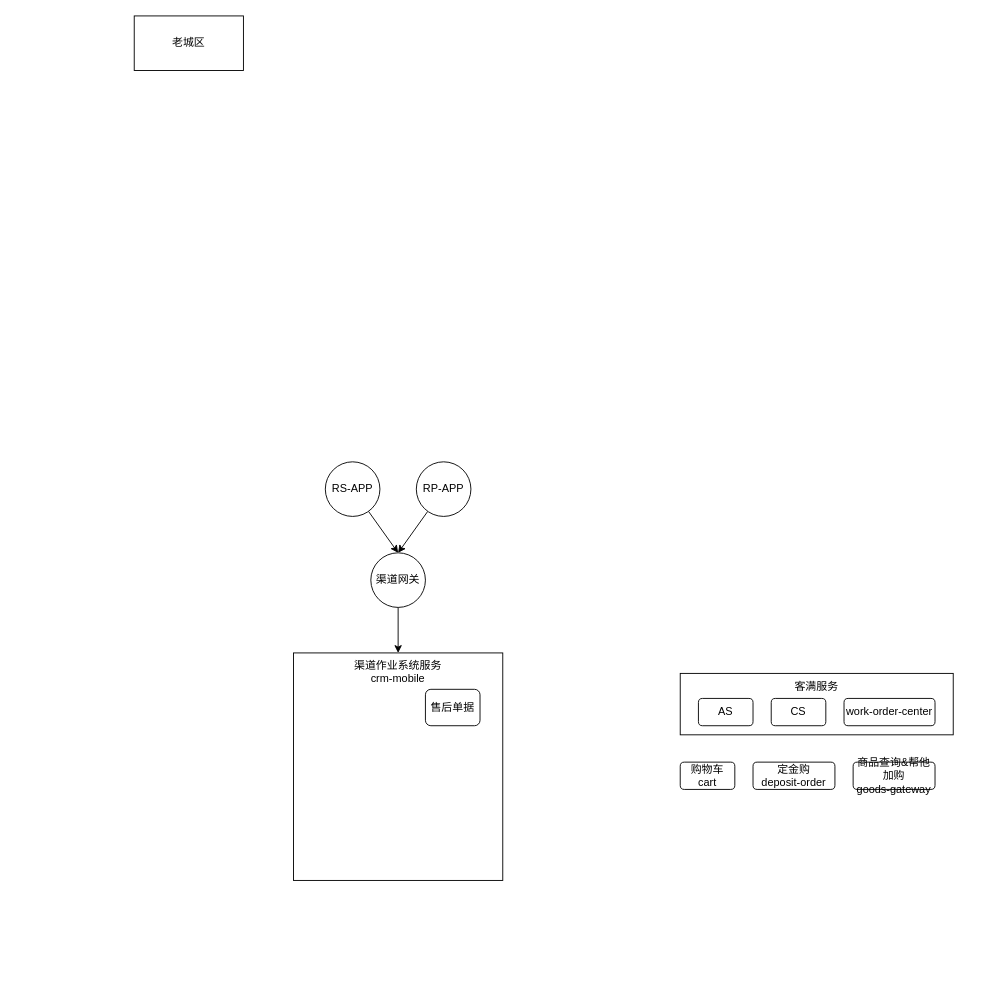
Earlier version of the draw.io diagram RS&RP服务关系图.drawio (shixiaoding/draw). Source tidied: cells renumbered, new cells numbered last; positions are measured from the earlier drawing's top-left corner, leaving out a move shared by most shapes. Both pictures are drawn from the tidied source at 91%, with x=0, y=0 at pixel (134, 15).
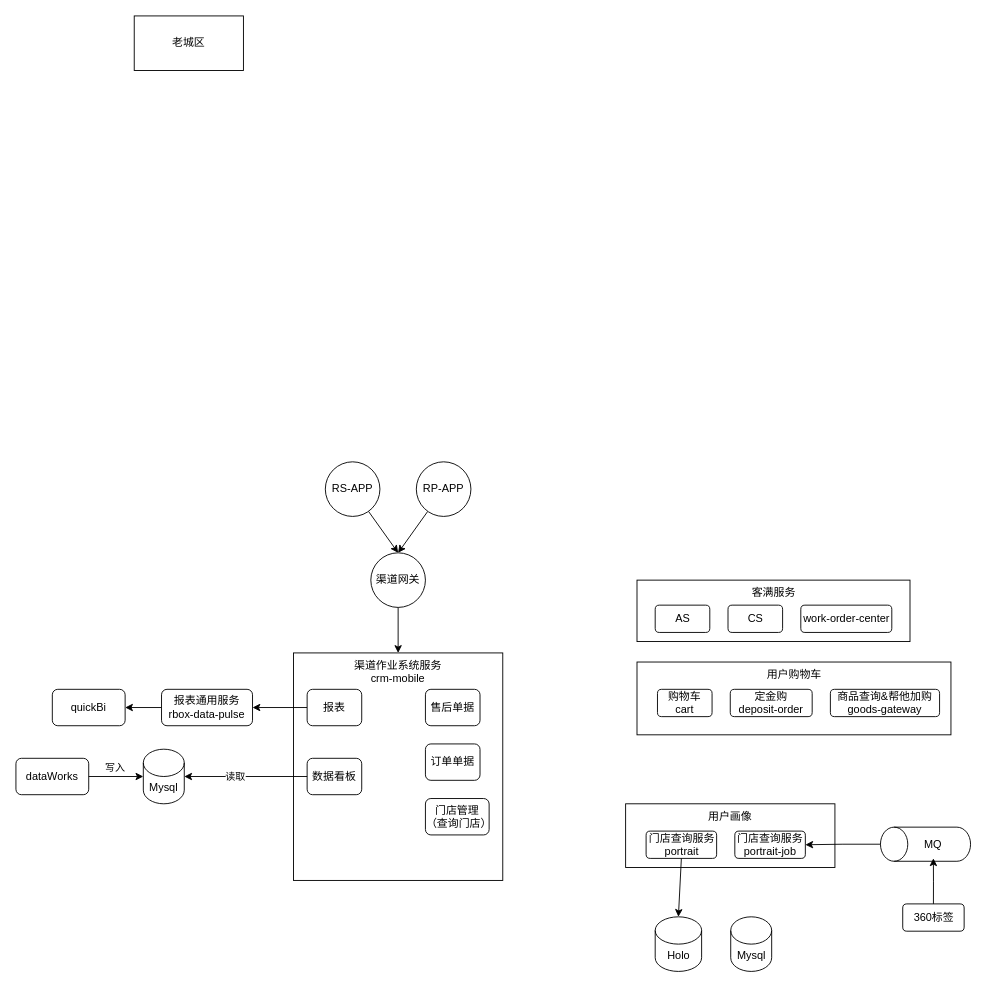
The same page after the edit.

Commit message (it also covers changes not shown here):
更新RS&RP服务关系图.drawio

What changed in the source:
```diff
@@
+    <mxCell id="18" value="用户购物车" style="rounded=0;whiteSpace=wrap;html=1;verticalAlign=top;" parent="1" vertex="1">
+      <mxGeometry x="552.5" y="710" width="345" height="80" as="geometry" />
+    </mxCell>
@@
     <mxCell id="11" value="客满服务&lt;div&gt;&lt;br&gt;&lt;/div&gt;" style="rounded=0;whiteSpace=wrap;html=1;verticalAlign=top;" parent="1" vertex="1">
-      <mxGeometry x="600" y="722.5" width="300" height="67.5" as="geometry" />
+      <mxGeometry x="552.5" y="620" width="300" height="67.5" as="geometry" />
     </mxCell>
     <mxCell id="12" value="AS" style="rounded=1;whiteSpace=wrap;html=1;" parent="1" vertex="1">
-      <mxGeometry x="620" y="750" width="60" height="30" as="geometry" />
+      <mxGeometry x="572.5" y="647.5" width="60" height="30" as="geometry" />
     </mxCell>
     <mxCell id="13" value="CS" style="rounded=1;whiteSpace=wrap;html=1;" parent="1" vertex="1">
-      <mxGeometry x="700" y="750" width="60" height="30" as="geometry" />
+      <mxGeometry x="652.5" y="647.5" width="60" height="30" as="geometry" />
     </mxCell>
     <mxCell id="14" value="work-order-center" style="rounded=1;whiteSpace=wrap;html=1;" parent="1" vertex="1">
-      <mxGeometry x="780" y="750" width="100" height="30" as="geometry" />
+      <mxGeometry x="732.5" y="647.5" width="100" height="30" as="geometry" />
     </mxCell>
     <mxCell id="15" value="购物车&lt;br&gt;cart" style="rounded=1;whiteSpace=wrap;html=1;" parent="1" vertex="1">
-      <mxGeometry x="600" y="820" width="60" height="30" as="geometry" />
+      <mxGeometry x="575" y="740" width="60" height="30" as="geometry" />
     </mxCell>
     <mxCell id="16" value="定金购&lt;br&gt;deposit-order" style="rounded=1;whiteSpace=wrap;html=1;" parent="1" vertex="1">
-      <mxGeometry x="680" y="820" width="90" height="30" as="geometry" />
+      <mxGeometry x="655" y="740" width="90" height="30" as="geometry" />
     </mxCell>
     <mxCell id="17" value="商品查询&amp;amp;帮他加购&lt;br&gt;goods-gateway" style="rounded=1;whiteSpace=wrap;html=1;" parent="1" vertex="1">
-      <mxGeometry x="790" y="820" width="90" height="30" as="geometry" />
+      <mxGeometry x="765" y="740" width="120" height="30" as="geometry" />
     </mxCell>
+    <mxCell id="19" value="订单单据" style="rounded=1;whiteSpace=wrap;html=1;" parent="1" vertex="1">
+      <mxGeometry x="320" y="800" width="60" height="40" as="geometry" />
+    </mxCell>
+    <mxCell id="20" value="门店管理&lt;div&gt;（查询门店）&lt;/div&gt;" style="rounded=1;whiteSpace=wrap;html=1;" parent="1" vertex="1">
+      <mxGeometry x="320" y="860" width="70" height="40" as="geometry" />
+    </mxCell>
+    <mxCell id="21" style="edgeStyle=orthogonalEdgeStyle;rounded=0;jettySize=auto;html=1;exitX=0;exitY=0.5;exitDx=0;exitDy=0;entryX=1;entryY=0.5;entryDx=0;entryDy=0;" parent="1" edge="1" source="22" target="34">
+      <mxGeometry relative="1" as="geometry" />
+    </mxCell>
+    <mxCell id="22" value="报表" style="rounded=1;whiteSpace=wrap;html=1;" parent="1" vertex="1">
+      <mxGeometry x="190" y="740" width="60" height="40" as="geometry" />
+    </mxCell>
+    <mxCell id="23" value="数据看板" style="rounded=1;whiteSpace=wrap;html=1;" parent="1" vertex="1">
+      <mxGeometry x="190" y="815.8" width="60" height="40" as="geometry" />
+    </mxCell>
+    <mxCell id="24" value="用户画像" style="rounded=0;whiteSpace=wrap;html=1;verticalAlign=top;" parent="1" vertex="1">
+      <mxGeometry x="540" y="865.8" width="230" height="70" as="geometry" />
+    </mxCell>
+    <mxCell id="25" value="门店查询服务&lt;div&gt;portrait&lt;br&gt;&lt;/div&gt;" style="rounded=1;whiteSpace=wrap;html=1;" parent="1" vertex="1">
+      <mxGeometry x="562.5" y="895.8" width="77.5" height="30" as="geometry" />
+    </mxCell>
+    <mxCell id="26" value="门店查询服务&lt;div&gt;portrait-job&lt;br&gt;&lt;/div&gt;" style="rounded=1;whiteSpace=wrap;html=1;" parent="1" vertex="1">
+      <mxGeometry x="660" y="895.8" width="77.5" height="30" as="geometry" />
+    </mxCell>
+    <mxCell id="27" style="group;" parent="1" vertex="1">
+      <mxGeometry x="820" y="891.5" width="116.5" height="68.2" as="geometry" />
+    </mxCell>
+    <mxCell id="28" style="shape=cylinder3;whiteSpace=wrap;html=1;boundedLbl=1;backgroundOutline=1;size=15;rotation=-90;" parent="27" vertex="1">
+      <mxGeometry x="30.8" y="-30.8" width="37.5" height="99" as="geometry" />
+    </mxCell>
+    <mxCell id="29" value="MQ" style="text;html=1;align=center;verticalAlign=middle;whiteSpace=wrap;rounded=0;" parent="27" vertex="1">
+      <mxGeometry x="28.2" y="4.2" width="60" height="30" as="geometry" />
+    </mxCell>
+    <mxCell id="30" style="edgeStyle=orthogonalEdgeStyle;rounded=0;jettySize=auto;html=1;exitX=0.5;exitY=0;exitDx=0;exitDy=0;entryX=0.5;entryY=1;entryDx=0;entryDy=0;" parent="1" edge="1" source="31" target="29">
+      <mxGeometry relative="1" as="geometry" />
+    </mxCell>
+    <mxCell id="31" value="&lt;div&gt;360标签&lt;/div&gt;" style="rounded=1;whiteSpace=wrap;html=1;" parent="1" vertex="1">
+      <mxGeometry x="844.5" y="975.8" width="67.5" height="30" as="geometry" />
+    </mxCell>
+    <mxCell id="32" style="edgeStyle=orthogonalEdgeStyle;rounded=0;jettySize=auto;html=1;exitX=0.5;exitY=0;exitDx=0;exitDy=0;exitPerimeter=0;entryX=1;entryY=0.5;entryDx=0;entryDy=0;" parent="1" edge="1" source="28" target="26">
+      <mxGeometry relative="1" as="geometry" />
+    </mxCell>
+    <mxCell id="33" style="edgeStyle=orthogonalEdgeStyle;rounded=0;jettySize=auto;html=1;" parent="1" edge="1" source="34" target="35">
+      <mxGeometry relative="1" as="geometry" />
+    </mxCell>
+    <mxCell id="34" value="报表通用服务&lt;br&gt;rbox-data-pulse" style="rounded=1;whiteSpace=wrap;html=1;" parent="1" vertex="1">
+      <mxGeometry x="30" y="740" width="100" height="40" as="geometry" />
+    </mxCell>
+    <mxCell id="35" value="quickBi" style="whiteSpace=wrap;html=1;rounded=1;" parent="1" vertex="1">
+      <mxGeometry x="-90" y="740" width="80" height="40" as="geometry" />
+    </mxCell>
+    <mxCell id="36" value="dataWorks" style="whiteSpace=wrap;html=1;rounded=1;" parent="1" vertex="1">
+      <mxGeometry x="-130" y="815.8" width="80" height="40" as="geometry" />
+    </mxCell>
+    <mxCell id="37" value="Mysql" style="shape=cylinder3;whiteSpace=wrap;html=1;boundedLbl=1;backgroundOutline=1;size=15;" parent="1" vertex="1">
+      <mxGeometry x="10" y="805.8" width="45" height="60" as="geometry" />
+    </mxCell>
+    <mxCell id="38" style="edgeStyle=orthogonalEdgeStyle;rounded=0;jettySize=auto;html=1;entryX=0;entryY=0.5;entryDx=0;entryDy=0;entryPerimeter=0;" parent="1" edge="1" source="36" target="37">
+      <mxGeometry relative="1" as="geometry" />
+    </mxCell>
+    <mxCell id="39" value="写入" style="edgeLabel;html=1;align=center;verticalAlign=middle;" parent="38" vertex="1">
+      <mxGeometry x="-0.08" y="4" relative="1" as="geometry">
+        <mxPoint y="-6" as="offset" />
+      </mxGeometry>
+    </mxCell>
+    <mxCell id="40" style="edgeStyle=orthogonalEdgeStyle;rounded=0;jettySize=auto;html=1;exitX=0;exitY=0.5;exitDx=0;exitDy=0;entryX=1;entryY=0.5;entryDx=0;entryDy=0;entryPerimeter=0;" parent="1" edge="1" source="23" target="37">
+      <mxGeometry relative="1" as="geometry" />
+    </mxCell>
+    <mxCell id="41" value="读取" style="edgeLabel;html=1;align=center;verticalAlign=middle;" parent="40" vertex="1">
+      <mxGeometry x="-0.1" y="2" relative="1" as="geometry">
+        <mxPoint x="-19" y="-2" as="offset" />
+      </mxGeometry>
+    </mxCell>
+    <mxCell id="42" value="Holo" style="shape=cylinder3;whiteSpace=wrap;html=1;boundedLbl=1;backgroundOutline=1;size=15;" parent="1" vertex="1">
+      <mxGeometry x="572.5" y="990" width="51" height="60" as="geometry" />
+    </mxCell>
+    <mxCell id="43" value="Mysql" style="shape=cylinder3;whiteSpace=wrap;html=1;boundedLbl=1;backgroundOutline=1;size=15;" parent="1" vertex="1">
+      <mxGeometry x="655.5" y="990" width="45" height="60" as="geometry" />
+    </mxCell>
+    <mxCell id="44" style="rounded=0;jettySize=auto;html=1;exitX=0.5;exitY=1;exitDx=0;exitDy=0;entryX=0.5;entryY=0;entryDx=0;entryDy=0;entryPerimeter=0;" parent="1" edge="1" source="25" target="42">
+      <mxGeometry relative="1" as="geometry" />
+    </mxCell>
```
